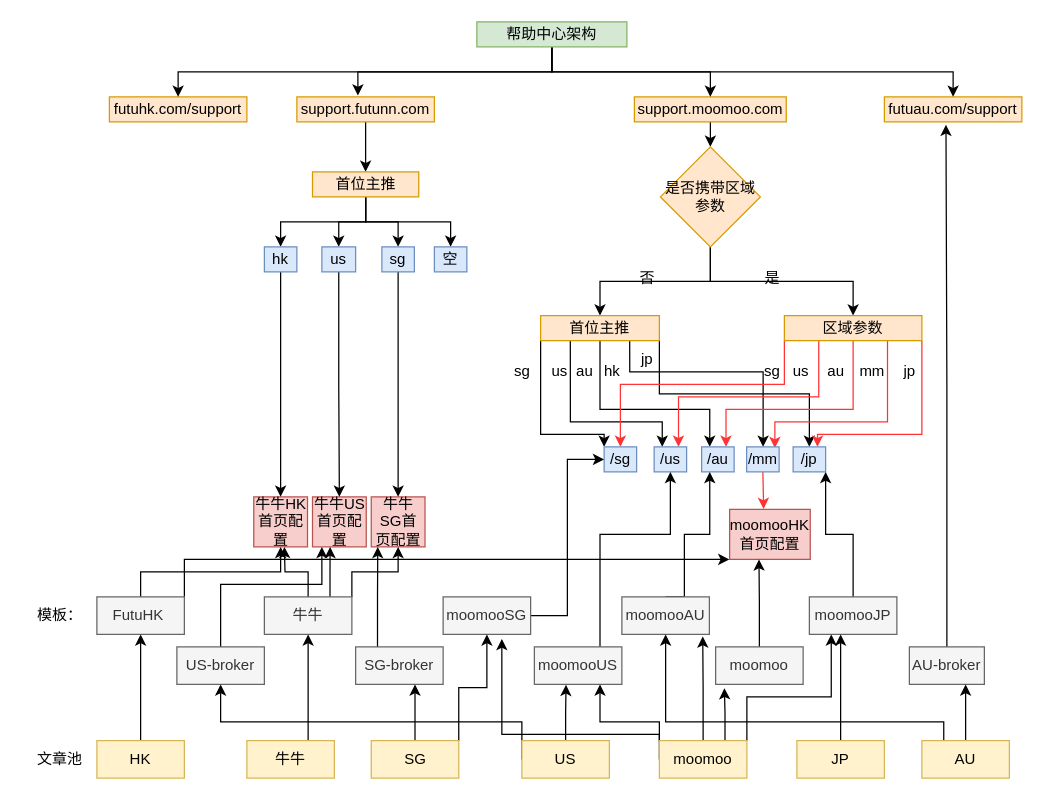
Earlier version of the draw.io diagram 帮助中心.drawio (jokerbay/images). Source tidied: cells renumbered, new cells numbered last; positions are measured from the earlier drawing's top-left corner, leaving out a move shared by most shapes. Both pictures are drawn from the tidied source at 125%, with x=0, y=0 at pixel (21, 21).
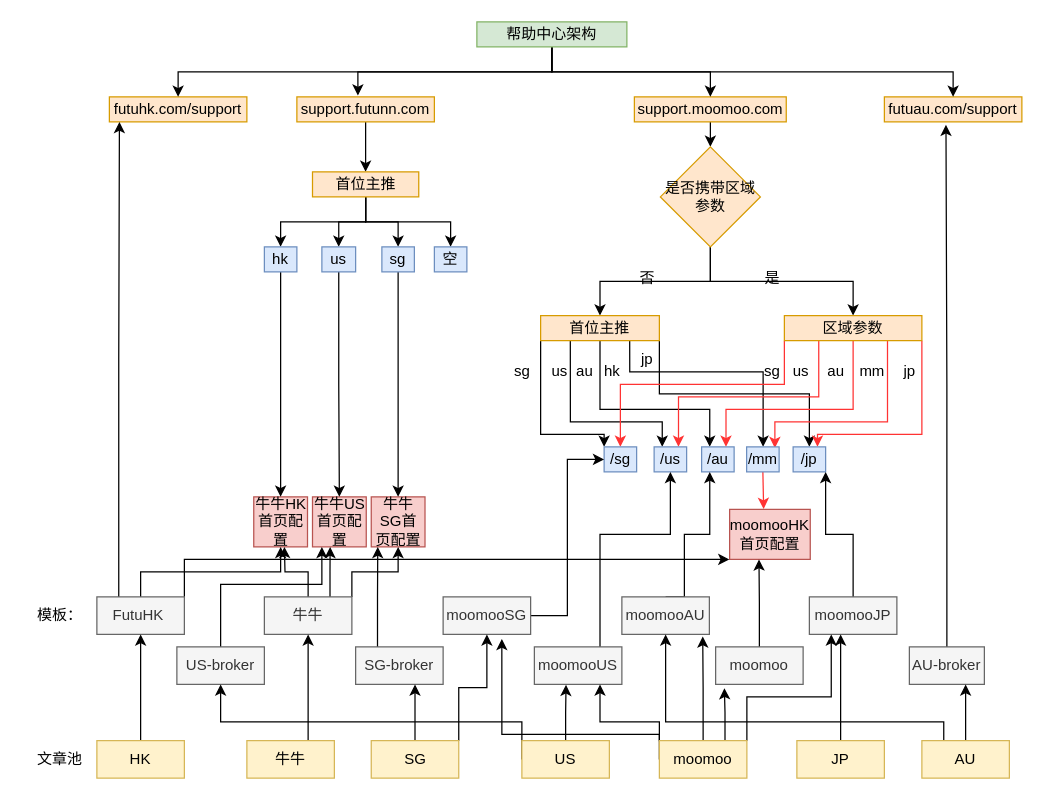
Above is the later version.

Commit message:
更新帮助中心.drawio

The change refers to these unchanged cells:
```xml
<mxCell id="2" value="futuhk.com/support" style="rounded=0;whiteSpace=wrap;html=1;fillColor=#ffe6cc;strokeColor=#d79b00;" parent="1" vertex="1">
  <mxGeometry x="70" y="60" width="110" height="20" as="geometry" />
</mxCell>
<mxCell id="45" value="FutuHK&amp;nbsp;" style="rounded=0;whiteSpace=wrap;html=1;fillColor=#f5f5f5;fontColor=#333333;strokeColor=#666666;" parent="1" vertex="1">
  <mxGeometry x="60" y="460" width="70" height="30" as="geometry" />
</mxCell>
```

What changed in the source:
```diff
@@
+    <mxCell id="108" style="edgeStyle=orthogonalEdgeStyle;rounded=0;jettySize=auto;html=1;exitX=0.25;exitY=0;exitDx=0;exitDy=0;entryX=0.073;entryY=1;entryDx=0;entryDy=0;entryPerimeter=0;" parent="1" edge="1" source="45" target="2">
+      <mxGeometry relative="1" as="geometry" />
+    </mxCell>
```
